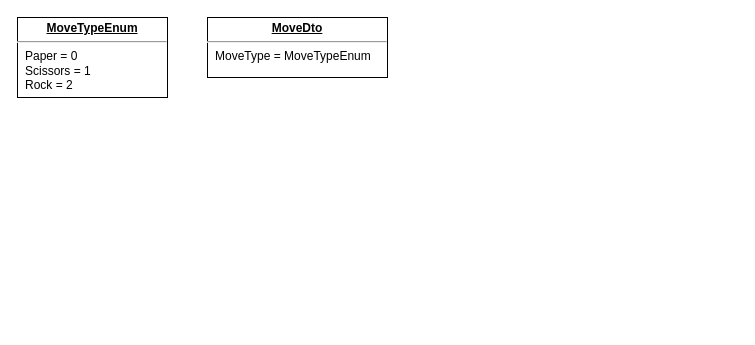
RobertoGM/the-game keeps this draw.io diagram as page "Data Model" (2 of 4) of the-game-diagrams-it1.drawio. Above is the earlier version. Source tidied: cells renumbered, new cells numbered last; positions are measured from the earlier drawing's top-left corner, leaving out a move shared by most shapes. Both pictures are drawn from the tidied source at 100%, with x=0, y=0 at pixel (17, 17).
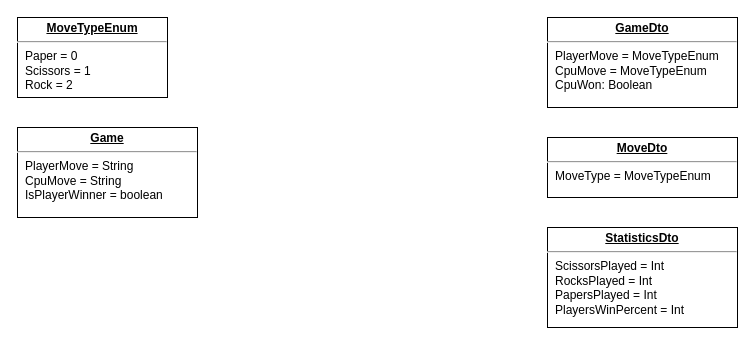
After the change.

Change to the diagram source:
```diff
@@
 <mxGraphModel>
   <root>
     <mxCell id="0" />
     <mxCell id="1" parent="0" />
     <mxCell id="2" value="&lt;p style=&quot;margin:0px;margin-top:4px;text-align:center;text-decoration:underline;&quot;&gt;&lt;b style=&quot;background-color: initial;&quot;&gt;MoveDto&lt;/b&gt;&lt;/p&gt;&lt;hr&gt;&lt;p style=&quot;margin:0px;margin-left:8px;&quot;&gt;MoveType = MoveTypeEnum&lt;br&gt;&lt;/p&gt;" style="verticalAlign=top;align=left;overflow=fill;fontSize=12;fontFamily=Helvetica;html=1;whiteSpace=wrap;" parent="1" vertex="1">
-      <mxGeometry x="190" width="180" height="60" as="geometry" />
+      <mxGeometry x="530" y="120" width="190" height="60" as="geometry" />
     </mxCell>
     <mxCell id="3" value="&lt;p style=&quot;margin:0px;margin-top:4px;text-align:center;text-decoration:underline;&quot;&gt;&lt;b style=&quot;background-color: initial;&quot;&gt;MoveTypeEnum&lt;/b&gt;&lt;/p&gt;&lt;hr&gt;&lt;p style=&quot;margin:0px;margin-left:8px;&quot;&gt;Paper = 0&lt;br&gt;&lt;/p&gt;&lt;p style=&quot;margin:0px;margin-left:8px;&quot;&gt;Scissors = 1&lt;/p&gt;&lt;p style=&quot;margin:0px;margin-left:8px;&quot;&gt;Rock = 2&lt;/p&gt;" style="verticalAlign=top;align=left;overflow=fill;fontSize=12;fontFamily=Helvetica;html=1;whiteSpace=wrap;" parent="1" vertex="1">
       <mxGeometry width="150" height="80" as="geometry" />
     </mxCell>
+    <mxCell id="4" value="&lt;p style=&quot;margin:0px;margin-top:4px;text-align:center;text-decoration:underline;&quot;&gt;&lt;b style=&quot;background-color: initial;&quot;&gt;Game&lt;/b&gt;&lt;/p&gt;&lt;hr&gt;&lt;p style=&quot;margin:0px;margin-left:8px;&quot;&gt;PlayerMove = String&lt;/p&gt;&lt;p style=&quot;border-color: var(--border-color); margin: 0px 0px 0px 8px;&quot;&gt;CpuMove = String&lt;/p&gt;&lt;p style=&quot;border-color: var(--border-color); margin: 0px 0px 0px 8px;&quot;&gt;IsPlayerWinner = boolean&lt;/p&gt;" style="verticalAlign=top;align=left;overflow=fill;fontSize=12;fontFamily=Helvetica;html=1;whiteSpace=wrap;" parent="1" vertex="1">
+      <mxGeometry y="110" width="180" height="90" as="geometry" />
+    </mxCell>
+    <mxCell id="5" value="&lt;p style=&quot;margin:0px;margin-top:4px;text-align:center;text-decoration:underline;&quot;&gt;&lt;b style=&quot;background-color: initial;&quot;&gt;GameDto&lt;/b&gt;&lt;/p&gt;&lt;hr&gt;&lt;p style=&quot;margin:0px;margin-left:8px;&quot;&gt;PlayerMove = MoveTypeEnum&lt;/p&gt;&lt;p style=&quot;border-color: var(--border-color); margin: 0px 0px 0px 8px;&quot;&gt;CpuMove = MoveTypeEnum&lt;/p&gt;&lt;p style=&quot;border-color: var(--border-color); margin: 0px 0px 0px 8px;&quot;&gt;CpuWon: Boolean&lt;/p&gt;" style="verticalAlign=top;align=left;overflow=fill;fontSize=12;fontFamily=Helvetica;html=1;whiteSpace=wrap;" parent="1" vertex="1">
+      <mxGeometry x="530" width="190" height="90" as="geometry" />
+    </mxCell>
+    <mxCell id="6" value="&lt;p style=&quot;margin:0px;margin-top:4px;text-align:center;text-decoration:underline;&quot;&gt;&lt;b style=&quot;background-color: initial;&quot;&gt;StatisticsDto&lt;/b&gt;&lt;/p&gt;&lt;hr&gt;&lt;p style=&quot;margin:0px;margin-left:8px;&quot;&gt;ScissorsPlayed = Int&lt;/p&gt;&lt;p style=&quot;border-color: var(--border-color); margin: 0px 0px 0px 8px;&quot;&gt;RocksPlayed = Int&lt;/p&gt;&lt;p style=&quot;border-color: var(--border-color); margin: 0px 0px 0px 8px;&quot;&gt;PapersPlayed = Int&lt;/p&gt;&lt;p style=&quot;border-color: var(--border-color); margin: 0px 0px 0px 8px;&quot;&gt;PlayersWinPercent = Int&lt;/p&gt;" style="verticalAlign=top;align=left;overflow=fill;fontSize=12;fontFamily=Helvetica;html=1;whiteSpace=wrap;" parent="1" vertex="1">
+      <mxGeometry x="530" y="210" width="190" height="100" as="geometry" />
+    </mxCell>
   </root>
 </mxGraphModel>
```
